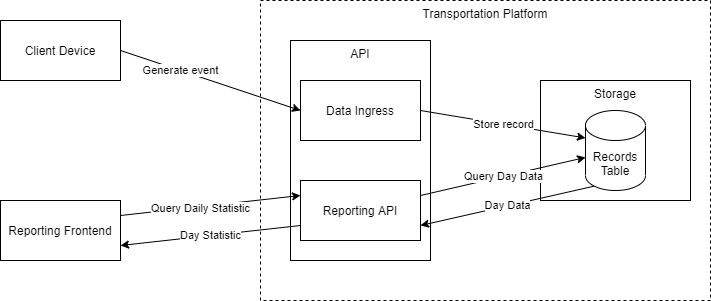
The draw.io diagram docs/imgs/diagram_1.drawio.png in datamole-ai/mff-cloud-app-development, before a commit. Source tidied: cells renumbered, new cells last; positions are measured from the earlier drawing's top-left corner, leaving out a move shared by most shapes. Its diagram source:
```xml
<mxGraphModel>
  <root>
    <mxCell id="0" />
    <mxCell id="1" parent="0" />
    <mxCell id="2" value="Client Device" style="rounded=0;whiteSpace=wrap;html=1;" parent="1" vertex="1">
      <mxGeometry y="20" width="120" height="60" as="geometry" />
    </mxCell>
    <mxCell id="3" value="Reporting Frontend" style="rounded=0;whiteSpace=wrap;html=1;" parent="1" vertex="1">
      <mxGeometry y="200" width="120" height="60" as="geometry" />
    </mxCell>
    <mxCell id="4" value="Transportation Platform" style="rounded=0;whiteSpace=wrap;html=1;verticalAlign=top;dashed=1;" parent="1" vertex="1">
      <mxGeometry x="260" width="450" height="300" as="geometry" />
    </mxCell>
    <mxCell id="5" value="API" style="rounded=0;whiteSpace=wrap;html=1;verticalAlign=top;" parent="1" vertex="1">
      <mxGeometry x="290" y="40" width="140" height="220" as="geometry" />
    </mxCell>
    <mxCell id="6" value="Data Ingress" style="rounded=0;whiteSpace=wrap;html=1;" parent="1" vertex="1">
      <mxGeometry x="300" y="80" width="120" height="60" as="geometry" />
    </mxCell>
    <mxCell id="7" value="Day Statistic" style="edgeStyle=none;html=1;exitX=0;exitY=0.75;exitDx=0;exitDy=0;entryX=1;entryY=0.75;entryDx=0;entryDy=0;" parent="1" edge="1" source="8" target="3">
      <mxGeometry relative="1" as="geometry" />
    </mxCell>
    <mxCell id="8" value="Reporting API" style="rounded=0;whiteSpace=wrap;html=1;" parent="1" vertex="1">
      <mxGeometry x="300" y="180" width="120" height="60" as="geometry" />
    </mxCell>
    <mxCell id="9" value="Storage" style="rounded=0;whiteSpace=wrap;html=1;verticalAlign=top;" parent="1" vertex="1">
      <mxGeometry x="540" y="80" width="150" height="120" as="geometry" />
    </mxCell>
    <mxCell id="10" value="Day Data" style="edgeStyle=none;html=1;exitX=0.145;exitY=1;exitDx=0;exitDy=-4.35;exitPerimeter=0;entryX=1;entryY=0.75;entryDx=0;entryDy=0;" parent="1" edge="1" source="11" target="8">
      <mxGeometry relative="1" as="geometry" />
    </mxCell>
    <mxCell id="11" value="Records Table" style="shape=cylinder3;whiteSpace=wrap;html=1;boundedLbl=1;backgroundOutline=1;size=15;" parent="1" vertex="1">
      <mxGeometry x="585" y="110" width="60" height="80" as="geometry" />
    </mxCell>
    <mxCell id="12" value="Generate event" style="edgeStyle=none;html=1;exitX=1;exitY=0.5;exitDx=0;exitDy=0;entryX=0;entryY=0.5;entryDx=0;entryDy=0;" parent="1" edge="1" source="2" target="6">
      <mxGeometry x="-0.33" relative="1" as="geometry" />
    </mxCell>
    <mxCell id="13" value="Query Daily Statistic" style="edgeStyle=none;html=1;exitX=1;exitY=0.25;exitDx=0;exitDy=0;entryX=0;entryY=0.25;entryDx=0;entryDy=0;" parent="1" edge="1" source="3" target="8">
      <mxGeometry x="-0.11" y="-2" relative="1" as="geometry" />
    </mxCell>
    <mxCell id="14" value="Store record" style="edgeStyle=none;html=1;exitX=1;exitY=0.5;exitDx=0;exitDy=0;entryX=0;entryY=0;entryDx=0;entryDy=27.5;entryPerimeter=0;" parent="1" edge="1" source="6" target="11">
      <mxGeometry relative="1" as="geometry" />
    </mxCell>
    <mxCell id="15" value="Query Day Data" style="edgeStyle=none;html=1;exitX=1;exitY=0.25;exitDx=0;exitDy=0;" parent="1" edge="1" source="8" target="11">
      <mxGeometry relative="1" as="geometry" />
    </mxCell>
  </root>
</mxGraphModel>
```
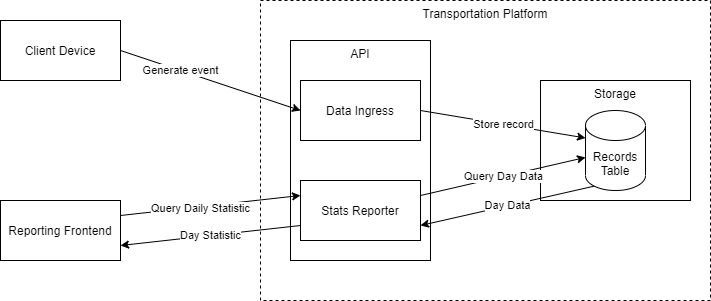
The same diagram one commit later.

The edit, as a diff of the source:
```diff
@@ -1,4 +1,4 @@
-<mxGraphModel>
+<mxGraphModel background="#FFFFFF">
   <root>
     <mxCell id="0" />
     <mxCell id="1" parent="0" />
@@ -20,7 +20,7 @@
     <mxCell id="7" value="Day Statistic" style="edgeStyle=none;html=1;exitX=0;exitY=0.75;exitDx=0;exitDy=0;entryX=1;entryY=0.75;entryDx=0;entryDy=0;" parent="1" edge="1" source="8" target="3">
       <mxGeometry relative="1" as="geometry" />
     </mxCell>
-    <mxCell id="8" value="Reporting API" style="rounded=0;whiteSpace=wrap;html=1;" parent="1" vertex="1">
+    <mxCell id="8" value="Stats Reporter" style="rounded=0;whiteSpace=wrap;html=1;" parent="1" vertex="1">
       <mxGeometry x="300" y="180" width="120" height="60" as="geometry" />
     </mxCell>
     <mxCell id="9" value="Storage" style="rounded=0;whiteSpace=wrap;html=1;verticalAlign=top;" parent="1" vertex="1">
```
